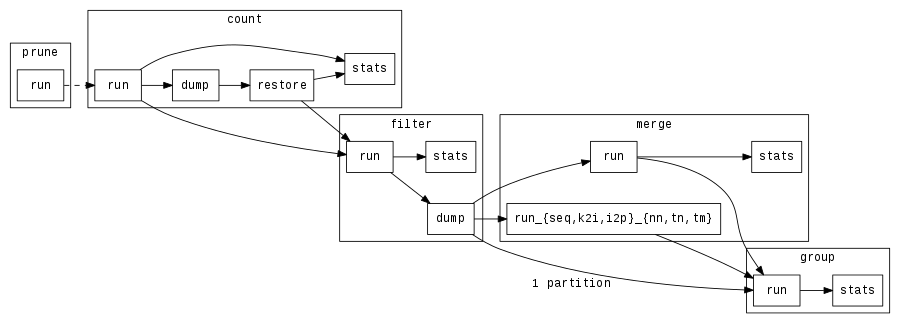
Earlier version of the Graphviz export doc/figures/deps.png (smufin/smufin-core). Its source is kept beside it as doc/figures/deps.dot.
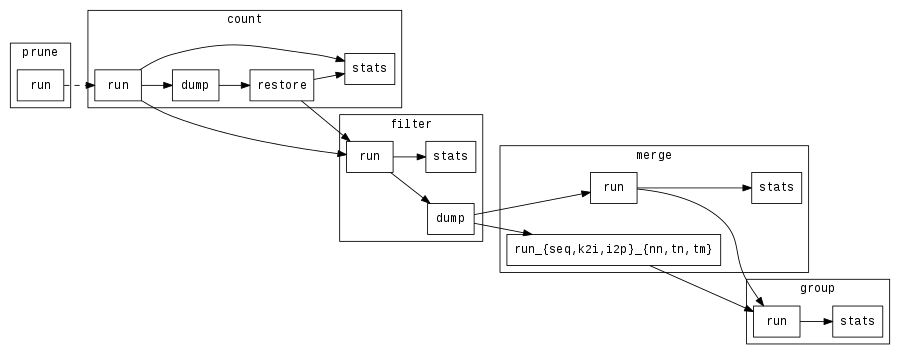
Later version of the same file.

Commit message:
Remove unimplemented step from dependency graph

Change to the diagram source:
```diff
@@ -62,7 +62,5 @@
     "merge:run" -> "group:run"
     "merge:run_{seq,k2i,i2p}_{nn,tn,tm}" -> "group:run"
 
-    "filter:dump" -> "group:run" [xlabel = "1 partition"];
-
     "group:run" -> "group:stats"
 }
```
